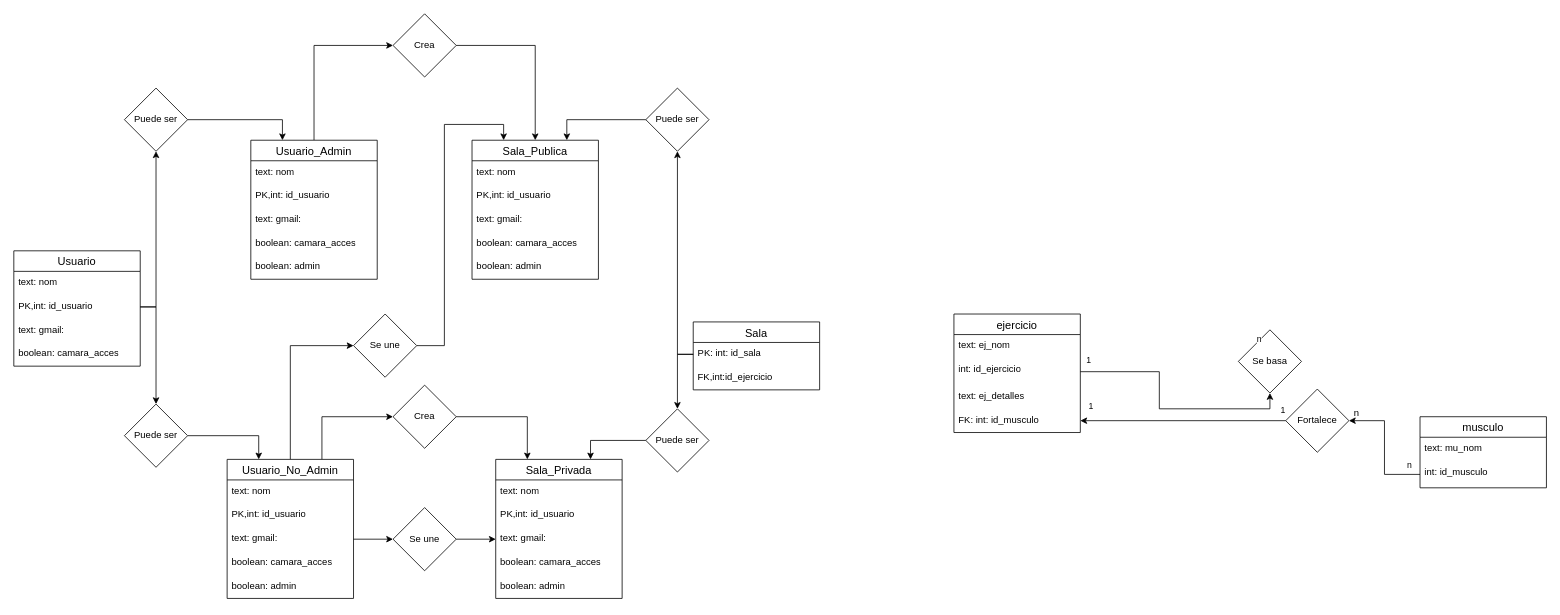
This is E-R.drawio from inspedralbes/tr1-type-racer-royale-dam_25_26_tr1g6, a draw.io file, before an edit. Source tidied: cells renumbered, new cells numbered last; positions are measured from the earlier drawing's top-left corner, leaving out a move shared by most shapes. Both pictures are drawn from the tidied source at 79%, with x=0, y=0 at pixel (13, 13).
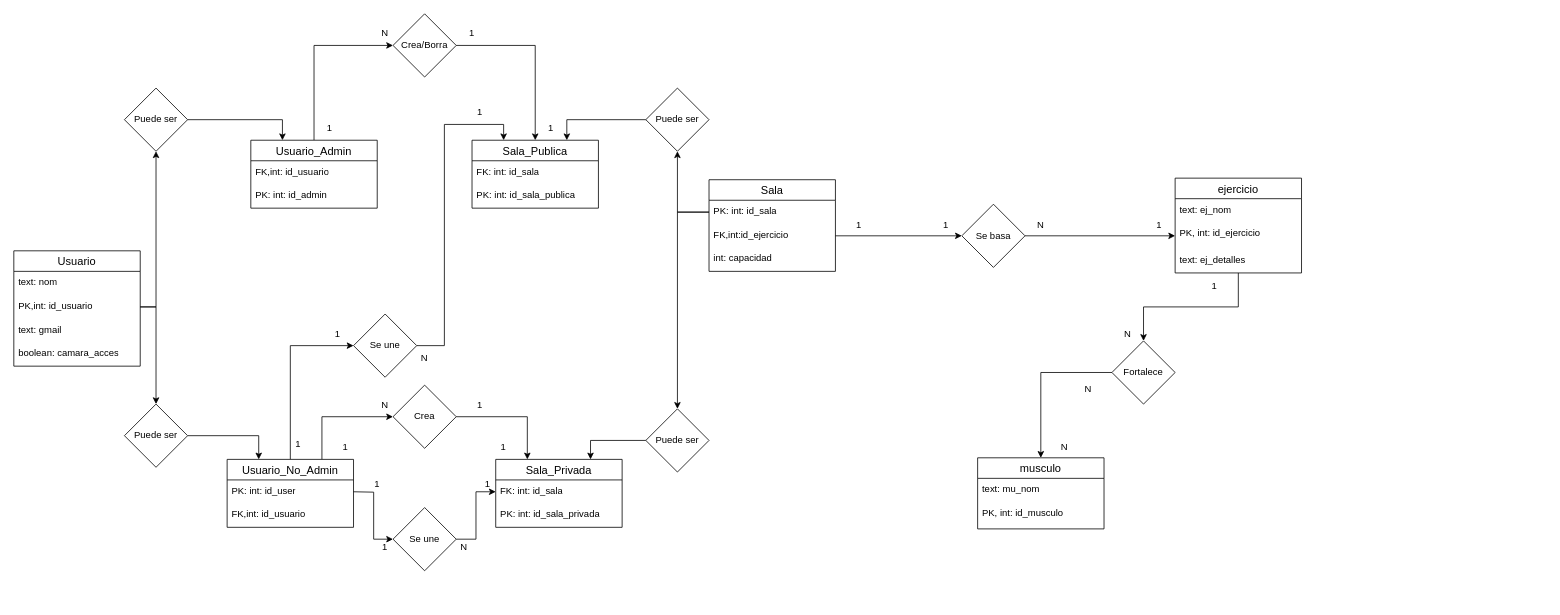
The same page after the edit.

The change refers to these unchanged cells:
```xml
<mxCell id="2" value="Usuario" style="swimlane;fontStyle=0;horizontal=1;startSize=26;align=center;fontSize=14;" parent="1" vertex="1">
  <mxGeometry y="300" width="160" height="146" as="geometry" />
</mxCell>
<mxCell id="14" value="FK,int:id_ejercicio" style="text;strokeColor=none;fillColor=none;spacingLeft=4;spacingRight=4;overflow=hidden;points=[[0,0.5],[1,0.5]];portConstraint=eastwest;fontSize=12;whiteSpace=wrap;html=1;" parent="12" vertex="1">
  <mxGeometry y="56" width="160" height="30" as="geometry" />
</mxCell>
<mxCell id="75" value="Se une" style="rhombus;whiteSpace=wrap;html=1;" parent="1" vertex="1">
  <mxGeometry x="480" y="625" width="80" height="80" as="geometry" />
</mxCell>
```

Change to the diagram source:
```diff
@@
-    <mxCell id="5" value="text: gmail:" style="text;strokeColor=none;fillColor=none;spacingLeft=4;spacingRight=4;overflow=hidden;fontSize=12;whiteSpace=wrap;html=1;" parent="2" vertex="1">
+    <mxCell id="5" value="text: gmail" style="text;strokeColor=none;fillColor=none;spacingLeft=4;spacingRight=4;overflow=hidden;fontSize=12;whiteSpace=wrap;html=1;" parent="2" vertex="1">
       <mxGeometry y="86" width="160" height="30" as="geometry" />
     </mxCell>
@@
+    <mxCell id="77" style="edgeStyle=orthogonalEdgeStyle;rounded=0;jettySize=auto;html=1;entryX=0.5;entryY=0;entryDx=0;entryDy=0;" parent="1" edge="1" source="7" target="25">
+      <mxGeometry relative="1" as="geometry" />
+    </mxCell>
     <mxCell id="7" value="ejercicio" style="swimlane;fontStyle=0;horizontal=1;startSize=26;align=center;fontSize=14;" parent="1" vertex="1">
-      <mxGeometry x="1190" y="380" width="160" height="150" as="geometry" />
+      <mxGeometry x="1470" y="208" width="160" height="120" as="geometry" />
     </mxCell>
@@
-    <mxCell id="9" value="int: id_ejercicio" style="text;strokeColor=none;fillColor=none;spacingLeft=4;spacingRight=4;overflow=hidden;points=[[0,0.5],[1,0.5]];portConstraint=eastwest;fontSize=12;whiteSpace=wrap;html=1;" parent="7" vertex="1">
+    <mxCell id="9" value="PK, int: id_ejercicio" style="text;strokeColor=none;fillColor=none;spacingLeft=4;spacingRight=4;overflow=hidden;points=[[0,0.5],[1,0.5]];portConstraint=eastwest;fontSize=12;whiteSpace=wrap;html=1;" parent="7" vertex="1">
       <mxGeometry y="56" width="160" height="34" as="geometry" />
     </mxCell>
@@
-    <mxCell id="11" value="FK: int: id_musculo" style="text;strokeColor=none;fillColor=none;spacingLeft=4;spacingRight=4;overflow=hidden;points=[[0,0.5],[1,0.5]];portConstraint=eastwest;fontSize=12;whiteSpace=wrap;html=1;" parent="7" vertex="1">
-      <mxGeometry y="120" width="160" height="30" as="geometry" />
-    </mxCell>
     <mxCell id="12" value="Sala" style="swimlane;fontStyle=0;horizontal=1;startSize=26;align=center;fontSize=14;" parent="1" vertex="1">
-      <mxGeometry x="860" y="390" width="160" height="86" as="geometry" />
+      <mxGeometry x="880" y="210" width="160" height="116" as="geometry" />
     </mxCell>
@@
-    <mxCell id="15" style="edgeStyle=orthogonalEdgeStyle;rounded=0;jettySize=auto;html=1;entryX=0.5;entryY=1;entryDx=0;entryDy=0;" parent="1" edge="1" source="9" target="25">
-      <mxGeometry relative="1" as="geometry" />
-    </mxCell>
+    <mxCell id="78" value="int: capacidad" style="text;strokeColor=none;fillColor=none;spacingLeft=4;spacingRight=4;overflow=hidden;fontSize=12;whiteSpace=wrap;html=1;" parent="12" vertex="1">
+      <mxGeometry y="86" width="160" height="30" as="geometry" />
+    </mxCell>
     <mxCell id="16" value="musculo" style="swimlane;fontStyle=0;horizontal=1;startSize=26;align=center;fontSize=14;" parent="1" vertex="1">
-      <mxGeometry x="1780" y="510" width="160" height="90" as="geometry" />
+      <mxGeometry x="1220" y="562" width="160" height="90" as="geometry" />
     </mxCell>
@@
-    <mxCell id="18" value="int: id_musculo" style="text;strokeColor=none;fillColor=none;spacingLeft=4;spacingRight=4;overflow=hidden;points=[[0,0.5],[1,0.5]];portConstraint=eastwest;fontSize=12;whiteSpace=wrap;html=1;" parent="16" vertex="1">
+    <mxCell id="18" value="PK, int: id_musculo" style="text;strokeColor=none;fillColor=none;spacingLeft=4;spacingRight=4;overflow=hidden;points=[[0,0.5],[1,0.5]];portConstraint=eastwest;fontSize=12;whiteSpace=wrap;html=1;" parent="16" vertex="1">
       <mxGeometry y="56" width="160" height="34" as="geometry" />
     </mxCell>
-    <mxCell id="19" style="edgeStyle=orthogonalEdgeStyle;rounded=0;jettySize=auto;html=1;exitX=0;exitY=0.5;exitDx=0;exitDy=0;entryX=1;entryY=0.5;entryDx=0;entryDy=0;" parent="1" edge="1" source="18" target="24">
-      <mxGeometry relative="1" as="geometry" />
-    </mxCell>
-    <mxCell id="20" value="n" style="edgeLabel;html=1;align=right;verticalAlign=bottom;" parent="1" vertex="1">
-      <mxGeometry x="1770" y="580" as="geometry" />
-    </mxCell>
-    <mxCell id="21" value="1" style="edgeLabel;html=1;align=right;verticalAlign=bottom;" parent="1" vertex="1">
-      <mxGeometry x="1430" y="470" as="geometry">
-        <mxPoint x="-63" y="35" as="offset" />
-      </mxGeometry>
-    </mxCell>
-    <mxCell id="22" value="1" style="edgeLabel;html=1;align=right;verticalAlign=bottom;" parent="1" vertex="1">
-      <mxGeometry x="1380" y="380" as="geometry">
-        <mxPoint x="-16" y="67" as="offset" />
-      </mxGeometry>
-    </mxCell>
-    <mxCell id="23" style="edgeStyle=orthogonalEdgeStyle;rounded=0;jettySize=auto;html=1;exitX=0;exitY=0.5;exitDx=0;exitDy=0;entryX=1;entryY=0.5;entryDx=0;entryDy=0;" parent="1" edge="1" source="24" target="11">
-      <mxGeometry relative="1" as="geometry" />
-    </mxCell>
-    <mxCell id="24" value="Fortalece" style="rhombus;whiteSpace=wrap;html=1;" parent="1" vertex="1">
-      <mxGeometry x="1610" y="475" width="80" height="80" as="geometry" />
-    </mxCell>
+    <mxCell id="79" style="edgeStyle=orthogonalEdgeStyle;rounded=0;jettySize=auto;html=1;entryX=0.5;entryY=0;entryDx=0;entryDy=0;" parent="1" edge="1" source="25" target="16">
+      <mxGeometry relative="1" as="geometry" />
+    </mxCell>
-    <mxCell id="25" value="Se basa" style="rhombus;whiteSpace=wrap;html=1;" parent="1" vertex="1">
-      <mxGeometry x="1550" y="400" width="80" height="80" as="geometry" />
+    <mxCell id="25" value="Fortalece" style="rhombus;whiteSpace=wrap;html=1;" parent="1" vertex="1">
+      <mxGeometry x="1390" y="414" width="80" height="80" as="geometry" />
     </mxCell>
-    <mxCell id="26" value="n" style="edgeLabel;html=1;align=right;verticalAlign=bottom;" parent="1" vertex="1">
-      <mxGeometry x="1580" y="420" as="geometry" />
-    </mxCell>
-    <mxCell id="27" value="1" style="edgeLabel;html=1;align=right;verticalAlign=bottom;" parent="1" vertex="1">
-      <mxGeometry x="1610" y="510" as="geometry" />
-    </mxCell>
-    <mxCell id="28" value="n" style="text;html=1;whiteSpace=wrap;strokeColor=none;fillColor=none;align=center;verticalAlign=middle;rounded=0;" parent="1" vertex="1">
-      <mxGeometry x="1670" y="490" width="60" height="30" as="geometry" />
-    </mxCell>
@@
     <mxCell id="30" value="Usuario_Admin" style="swimlane;fontStyle=0;horizontal=1;startSize=26;align=center;fontSize=14;" parent="1" vertex="1">
-      <mxGeometry x="300" y="160" width="160" height="176" as="geometry" />
+      <mxGeometry x="300" y="160" width="160" height="86" as="geometry" />
     </mxCell>
-    <mxCell id="31" value="text: nom" style="text;strokeColor=none;fillColor=none;spacingLeft=4;spacingRight=4;overflow=hidden;fontSize=12;whiteSpace=wrap;html=1;" parent="30" vertex="1">
-      <mxGeometry y="26" width="160" height="30" as="geometry" />
-    </mxCell>
-    <mxCell id="32" value="PK,int: id_usuario" style="text;strokeColor=none;fillColor=none;spacingLeft=4;spacingRight=4;overflow=hidden;fontSize=12;whiteSpace=wrap;html=1;" parent="30" vertex="1">
-      <mxGeometry y="56" width="160" height="30" as="geometry" />
+    <mxCell id="32" value="FK,int: id_usuario" style="text;strokeColor=none;fillColor=none;spacingLeft=4;spacingRight=4;overflow=hidden;fontSize=12;whiteSpace=wrap;html=1;" parent="30" vertex="1">
+      <mxGeometry y="26" width="160" height="30" as="geometry" />
     </mxCell>
-    <mxCell id="33" value="text: gmail:" style="text;strokeColor=none;fillColor=none;spacingLeft=4;spacingRight=4;overflow=hidden;fontSize=12;whiteSpace=wrap;html=1;" parent="30" vertex="1">
-      <mxGeometry y="86" width="160" height="30" as="geometry" />
-    </mxCell>
-    <mxCell id="34" value="boolean: camara_acces" style="text;strokeColor=none;fillColor=none;spacingLeft=4;spacingRight=4;overflow=hidden;fontSize=12;whiteSpace=wrap;html=1;" parent="30" vertex="1">
-      <mxGeometry y="116" width="160" height="30" as="geometry" />
-    </mxCell>
-    <mxCell id="35" value="boolean: admin" style="text;strokeColor=none;fillColor=none;spacingLeft=4;spacingRight=4;overflow=hidden;fontSize=12;whiteSpace=wrap;html=1;" parent="30" vertex="1">
-      <mxGeometry y="146" width="160" height="30" as="geometry" />
-    </mxCell>
+    <mxCell id="80" value="PK: int: id_admin" style="text;strokeColor=none;fillColor=none;spacingLeft=4;spacingRight=4;overflow=hidden;fontSize=12;whiteSpace=wrap;html=1;" parent="30" vertex="1">
+      <mxGeometry y="56" width="160" height="30" as="geometry" />
+    </mxCell>
@@
     <mxCell id="38" value="Usuario_No_Admin" style="swimlane;fontStyle=0;horizontal=1;startSize=26;align=center;fontSize=14;" parent="1" vertex="1">
-      <mxGeometry x="270" y="564" width="160" height="176" as="geometry" />
+      <mxGeometry x="270" y="564" width="160" height="86" as="geometry" />
     </mxCell>
-    <mxCell id="39" value="text: nom" style="text;strokeColor=none;fillColor=none;spacingLeft=4;spacingRight=4;overflow=hidden;fontSize=12;whiteSpace=wrap;html=1;" parent="38" vertex="1">
-      <mxGeometry y="26" width="160" height="30" as="geometry" />
-    </mxCell>
-    <mxCell id="40" value="PK,int: id_usuario" style="text;strokeColor=none;fillColor=none;spacingLeft=4;spacingRight=4;overflow=hidden;fontSize=12;whiteSpace=wrap;html=1;" parent="38" vertex="1">
-      <mxGeometry y="56" width="160" height="30" as="geometry" />
-    </mxCell>
-    <mxCell id="41" value="text: gmail:" style="text;strokeColor=none;fillColor=none;spacingLeft=4;spacingRight=4;overflow=hidden;points=[[0,0.5],[1,0.5]];portConstraint=eastwest;fontSize=12;whiteSpace=wrap;html=1;" parent="38" vertex="1">
-      <mxGeometry y="86" width="160" height="30" as="geometry" />
-    </mxCell>
-    <mxCell id="42" value="boolean: camara_acces" style="text;strokeColor=none;fillColor=none;spacingLeft=4;spacingRight=4;overflow=hidden;fontSize=12;whiteSpace=wrap;html=1;" parent="38" vertex="1">
-      <mxGeometry y="116" width="160" height="30" as="geometry" />
-    </mxCell>
-    <mxCell id="43" value="boolean: admin" style="text;strokeColor=none;fillColor=none;spacingLeft=4;spacingRight=4;overflow=hidden;fontSize=12;whiteSpace=wrap;html=1;" parent="38" vertex="1">
-      <mxGeometry y="146" width="160" height="30" as="geometry" />
-    </mxCell>
+    <mxCell id="31" value="PK: int: id_user" style="text;strokeColor=none;fillColor=none;spacingLeft=4;spacingRight=4;overflow=hidden;fontSize=12;whiteSpace=wrap;html=1;" parent="38" vertex="1">
+      <mxGeometry y="26" width="160" height="30" as="geometry" />
+    </mxCell>
+    <mxCell id="81" value="FK,int: id_usuario" style="text;strokeColor=none;fillColor=none;spacingLeft=4;spacingRight=4;overflow=hidden;fontSize=12;whiteSpace=wrap;html=1;" parent="38" vertex="1">
+      <mxGeometry y="56" width="160" height="30" as="geometry" />
+    </mxCell>
@@
     <mxCell id="50" value="Sala_Publica" style="swimlane;fontStyle=0;horizontal=1;startSize=26;align=center;fontSize=14;" parent="1" vertex="1">
-      <mxGeometry x="580" y="160" width="160" height="176" as="geometry" />
+      <mxGeometry x="580" y="160" width="160" height="86" as="geometry" />
     </mxCell>
-    <mxCell id="51" value="text: nom" style="text;strokeColor=none;fillColor=none;spacingLeft=4;spacingRight=4;overflow=hidden;fontSize=12;whiteSpace=wrap;html=1;" parent="50" vertex="1">
-      <mxGeometry y="26" width="160" height="30" as="geometry" />
-    </mxCell>
-    <mxCell id="52" value="PK,int: id_usuario" style="text;strokeColor=none;fillColor=none;spacingLeft=4;spacingRight=4;overflow=hidden;fontSize=12;whiteSpace=wrap;html=1;" parent="50" vertex="1">
-      <mxGeometry y="56" width="160" height="30" as="geometry" />
-    </mxCell>
-    <mxCell id="53" value="text: gmail:" style="text;strokeColor=none;fillColor=none;spacingLeft=4;spacingRight=4;overflow=hidden;fontSize=12;whiteSpace=wrap;html=1;" parent="50" vertex="1">
-      <mxGeometry y="86" width="160" height="30" as="geometry" />
-    </mxCell>
-    <mxCell id="54" value="boolean: camara_acces" style="text;strokeColor=none;fillColor=none;spacingLeft=4;spacingRight=4;overflow=hidden;fontSize=12;whiteSpace=wrap;html=1;" parent="50" vertex="1">
-      <mxGeometry y="116" width="160" height="30" as="geometry" />
-    </mxCell>
-    <mxCell id="55" value="boolean: admin" style="text;strokeColor=none;fillColor=none;spacingLeft=4;spacingRight=4;overflow=hidden;fontSize=12;whiteSpace=wrap;html=1;" parent="50" vertex="1">
-      <mxGeometry y="146" width="160" height="30" as="geometry" />
-    </mxCell>
+    <mxCell id="82" value="FK: int: id_sala" style="text;strokeColor=none;fillColor=none;spacingLeft=4;spacingRight=4;overflow=hidden;fontSize=12;whiteSpace=wrap;html=1;" parent="50" vertex="1">
+      <mxGeometry y="26" width="160" height="30" as="geometry" />
+    </mxCell>
+    <mxCell id="83" value="PK: int: id_sala_publica" style="text;strokeColor=none;fillColor=none;spacingLeft=4;spacingRight=4;overflow=hidden;fontSize=12;whiteSpace=wrap;html=1;" parent="50" vertex="1">
+      <mxGeometry y="56" width="160" height="30" as="geometry" />
+    </mxCell>
     <mxCell id="56" value="Sala_Privada" style="swimlane;fontStyle=0;horizontal=1;startSize=26;align=center;fontSize=14;" parent="1" vertex="1">
-      <mxGeometry x="610" y="564" width="160" height="176" as="geometry" />
+      <mxGeometry x="610" y="564" width="160" height="86" as="geometry" />
     </mxCell>
-    <mxCell id="57" value="text: nom" style="text;strokeColor=none;fillColor=none;spacingLeft=4;spacingRight=4;overflow=hidden;fontSize=12;whiteSpace=wrap;html=1;" parent="56" vertex="1">
-      <mxGeometry y="26" width="160" height="30" as="geometry" />
-    </mxCell>
-    <mxCell id="58" value="PK,int: id_usuario" style="text;strokeColor=none;fillColor=none;spacingLeft=4;spacingRight=4;overflow=hidden;fontSize=12;whiteSpace=wrap;html=1;" parent="56" vertex="1">
-      <mxGeometry y="56" width="160" height="30" as="geometry" />
-    </mxCell>
-    <mxCell id="59" value="text: gmail:" style="text;strokeColor=none;fillColor=none;spacingLeft=4;spacingRight=4;overflow=hidden;points=[[0,0.5],[1,0.5]];portConstraint=eastwest;fontSize=12;whiteSpace=wrap;html=1;" parent="56" vertex="1">
-      <mxGeometry y="86" width="160" height="30" as="geometry" />
-    </mxCell>
-    <mxCell id="60" value="boolean: camara_acces" style="text;strokeColor=none;fillColor=none;spacingLeft=4;spacingRight=4;overflow=hidden;fontSize=12;whiteSpace=wrap;html=1;" parent="56" vertex="1">
-      <mxGeometry y="116" width="160" height="30" as="geometry" />
-    </mxCell>
-    <mxCell id="61" value="boolean: admin" style="text;strokeColor=none;fillColor=none;spacingLeft=4;spacingRight=4;overflow=hidden;fontSize=12;whiteSpace=wrap;html=1;" parent="56" vertex="1">
-      <mxGeometry y="146" width="160" height="30" as="geometry" />
-    </mxCell>
+    <mxCell id="84" value="FK: int: id_sala" style="text;strokeColor=none;fillColor=none;spacingLeft=4;spacingRight=4;overflow=hidden;points=[[0,0.5],[1,0.5]];portConstraint=eastwest;fontSize=12;whiteSpace=wrap;html=1;" parent="56" vertex="1">
+      <mxGeometry y="26" width="160" height="30" as="geometry" />
+    </mxCell>
+    <mxCell id="85" value="PK: int: id_sala_privada" style="text;strokeColor=none;fillColor=none;spacingLeft=4;spacingRight=4;overflow=hidden;fontSize=12;whiteSpace=wrap;html=1;" parent="56" vertex="1">
+      <mxGeometry y="56" width="160" height="30" as="geometry" />
+    </mxCell>
@@
-    <mxCell id="69" value="Crea" style="rhombus;whiteSpace=wrap;html=1;" parent="1" vertex="1">
+    <mxCell id="69" value="Crea/Borra" style="rhombus;whiteSpace=wrap;html=1;" parent="1" vertex="1">
       <mxGeometry x="480" width="80" height="80" as="geometry" />
     </mxCell>
@@
-    <mxCell id="74" style="edgeStyle=orthogonalEdgeStyle;rounded=0;jettySize=auto;html=1;exitX=1;exitY=0.5;exitDx=0;exitDy=0;entryX=0;entryY=0.5;entryDx=0;entryDy=0;" parent="1" edge="1" source="75" target="59">
+    <mxCell id="74" style="edgeStyle=orthogonalEdgeStyle;rounded=0;jettySize=auto;html=1;exitX=1;exitY=0.5;exitDx=0;exitDy=0;entryX=0;entryY=0.5;entryDx=0;entryDy=0;" parent="1" edge="1" source="75" target="84">
       <mxGeometry relative="1" as="geometry" />
     </mxCell>
@@
-    <mxCell id="76" style="edgeStyle=orthogonalEdgeStyle;rounded=0;jettySize=auto;html=1;exitX=1;exitY=0.5;exitDx=0;exitDy=0;entryX=0;entryY=0.5;entryDx=0;entryDy=0;" parent="1" edge="1" source="41" target="75">
-      <mxGeometry relative="1" as="geometry" />
+    <mxCell id="76" style="edgeStyle=orthogonalEdgeStyle;rounded=0;jettySize=auto;html=1;exitX=1;exitY=0.5;exitDx=0;exitDy=0;entryX=0;entryY=0.5;entryDx=0;entryDy=0;" parent="1" edge="1" target="75">
+      <mxGeometry relative="1" as="geometry">
+        <mxPoint x="430" y="605" as="sourcePoint" />
+      </mxGeometry>
     </mxCell>
+    <mxCell id="86" style="edgeStyle=orthogonalEdgeStyle;rounded=0;jettySize=auto;html=1;exitX=1;exitY=0.5;exitDx=0;exitDy=0;entryX=0;entryY=0.5;entryDx=0;entryDy=0;" parent="1" edge="1" source="87" target="9">
+      <mxGeometry relative="1" as="geometry" />
+    </mxCell>
+    <mxCell id="87" value="Se basa" style="rhombus;whiteSpace=wrap;html=1;" parent="1" vertex="1">
+      <mxGeometry x="1200" y="241" width="80" height="80" as="geometry" />
+    </mxCell>
+    <mxCell id="88" style="edgeStyle=orthogonalEdgeStyle;rounded=0;jettySize=auto;html=1;exitX=1;exitY=0.5;exitDx=0;exitDy=0;entryX=0;entryY=0.5;entryDx=0;entryDy=0;" parent="1" edge="1" source="14" target="87">
+      <mxGeometry relative="1" as="geometry" />
+    </mxCell>
+    <mxCell id="89" value="1" style="text;html=1;whiteSpace=wrap;strokeColor=none;fillColor=none;align=center;verticalAlign=middle;rounded=0;" parent="1" vertex="1">
+      <mxGeometry x="370" y="130" width="60" height="30" as="geometry" />
+    </mxCell>
+    <mxCell id="90" value="N" style="text;html=1;whiteSpace=wrap;strokeColor=none;fillColor=none;align=center;verticalAlign=middle;rounded=0;" parent="1" vertex="1">
+      <mxGeometry x="440" y="10" width="60" height="30" as="geometry" />
+    </mxCell>
+    <mxCell id="91" value="1" style="text;html=1;whiteSpace=wrap;strokeColor=none;fillColor=none;align=center;verticalAlign=middle;rounded=0;" parent="1" vertex="1">
+      <mxGeometry x="550" y="10" width="60" height="30" as="geometry" />
+    </mxCell>
+    <mxCell id="92" value="1" style="text;html=1;whiteSpace=wrap;strokeColor=none;fillColor=none;align=center;verticalAlign=middle;rounded=0;" parent="1" vertex="1">
+      <mxGeometry x="650" y="130" width="60" height="30" as="geometry" />
+    </mxCell>
+    <mxCell id="93" value="1" style="text;html=1;whiteSpace=wrap;strokeColor=none;fillColor=none;align=center;verticalAlign=middle;rounded=0;" parent="1" vertex="1">
+      <mxGeometry x="330" y="530" width="60" height="30" as="geometry" />
+    </mxCell>
+    <mxCell id="94" value="1" style="text;html=1;whiteSpace=wrap;strokeColor=none;fillColor=none;align=center;verticalAlign=middle;rounded=0;" parent="1" vertex="1">
+      <mxGeometry x="380" y="391" width="60" height="30" as="geometry" />
+    </mxCell>
+    <mxCell id="95" value="1" style="text;html=1;whiteSpace=wrap;strokeColor=none;fillColor=none;align=center;verticalAlign=middle;rounded=0;" parent="1" vertex="1">
+      <mxGeometry x="560" y="110" width="60" height="30" as="geometry" />
+    </mxCell>
+    <mxCell id="96" value="N" style="text;html=1;whiteSpace=wrap;strokeColor=none;fillColor=none;align=center;verticalAlign=middle;rounded=0;" parent="1" vertex="1">
+      <mxGeometry x="490" y="421" width="60" height="30" as="geometry" />
+    </mxCell>
+    <mxCell id="97" value="1" style="text;html=1;whiteSpace=wrap;strokeColor=none;fillColor=none;align=center;verticalAlign=middle;rounded=0;" parent="1" vertex="1">
+      <mxGeometry x="390" y="534" width="60" height="30" as="geometry" />
+    </mxCell>
+    <mxCell id="98" value="N" style="text;html=1;whiteSpace=wrap;strokeColor=none;fillColor=none;align=center;verticalAlign=middle;rounded=0;" parent="1" vertex="1">
+      <mxGeometry x="440" y="480" width="60" height="30" as="geometry" />
+    </mxCell>
+    <mxCell id="99" value="1" style="text;html=1;whiteSpace=wrap;strokeColor=none;fillColor=none;align=center;verticalAlign=middle;rounded=0;" parent="1" vertex="1">
+      <mxGeometry x="590" y="534" width="60" height="30" as="geometry" />
+    </mxCell>
+    <mxCell id="100" value="1" style="text;html=1;whiteSpace=wrap;strokeColor=none;fillColor=none;align=center;verticalAlign=middle;rounded=0;" parent="1" vertex="1">
+      <mxGeometry x="560" y="480" width="60" height="30" as="geometry" />
+    </mxCell>
+    <mxCell id="101" value="1" style="text;html=1;whiteSpace=wrap;strokeColor=none;fillColor=none;align=center;verticalAlign=middle;rounded=0;" parent="1" vertex="1">
+      <mxGeometry x="430" y="580" width="60" height="30" as="geometry" />
+    </mxCell>
+    <mxCell id="102" value="1" style="text;html=1;whiteSpace=wrap;strokeColor=none;fillColor=none;align=center;verticalAlign=middle;rounded=0;" parent="1" vertex="1">
+      <mxGeometry x="440" y="660" width="60" height="30" as="geometry" />
+    </mxCell>
+    <mxCell id="103" value="1" style="text;html=1;whiteSpace=wrap;strokeColor=none;fillColor=none;align=center;verticalAlign=middle;rounded=0;" parent="1" vertex="1">
+      <mxGeometry x="570" y="580" width="60" height="30" as="geometry" />
+    </mxCell>
+    <mxCell id="104" value="N" style="text;html=1;whiteSpace=wrap;strokeColor=none;fillColor=none;align=center;verticalAlign=middle;rounded=0;" parent="1" vertex="1">
+      <mxGeometry x="540" y="660" width="60" height="30" as="geometry" />
+    </mxCell>
+    <mxCell id="105" value="1" style="text;html=1;whiteSpace=wrap;strokeColor=none;fillColor=none;align=center;verticalAlign=middle;rounded=0;" parent="1" vertex="1">
+      <mxGeometry x="1040" y="253" width="60" height="30" as="geometry" />
+    </mxCell>
+    <mxCell id="106" value="1" style="text;html=1;whiteSpace=wrap;strokeColor=none;fillColor=none;align=center;verticalAlign=middle;rounded=0;" parent="1" vertex="1">
+      <mxGeometry x="1150" y="253" width="60" height="30" as="geometry" />
+    </mxCell>
+    <mxCell id="107" value="1" style="text;html=1;whiteSpace=wrap;strokeColor=none;fillColor=none;align=center;verticalAlign=middle;rounded=0;" parent="1" vertex="1">
+      <mxGeometry x="1420" y="253" width="60" height="30" as="geometry" />
+    </mxCell>
+    <mxCell id="108" value="N" style="text;html=1;whiteSpace=wrap;strokeColor=none;fillColor=none;align=center;verticalAlign=middle;rounded=0;" parent="1" vertex="1">
+      <mxGeometry x="1270" y="253" width="60" height="30" as="geometry" />
+    </mxCell>
+    <mxCell id="109" value="1" style="text;html=1;whiteSpace=wrap;strokeColor=none;fillColor=none;align=center;verticalAlign=middle;rounded=0;" parent="1" vertex="1">
+      <mxGeometry x="1490" y="330" width="60" height="30" as="geometry" />
+    </mxCell>
+    <mxCell id="110" value="N" style="text;html=1;whiteSpace=wrap;strokeColor=none;fillColor=none;align=center;verticalAlign=middle;rounded=0;" parent="1" vertex="1">
+      <mxGeometry x="1380" y="391" width="60" height="30" as="geometry" />
+    </mxCell>
+    <mxCell id="111" value="N" style="text;html=1;whiteSpace=wrap;strokeColor=none;fillColor=none;align=center;verticalAlign=middle;rounded=0;" parent="1" vertex="1">
+      <mxGeometry x="1300" y="534" width="60" height="30" as="geometry" />
+    </mxCell>
+    <mxCell id="112" value="N" style="text;html=1;whiteSpace=wrap;strokeColor=none;fillColor=none;align=center;verticalAlign=middle;rounded=0;" parent="1" vertex="1">
+      <mxGeometry x="1330" y="460" width="60" height="30" as="geometry" />
+    </mxCell>
```
